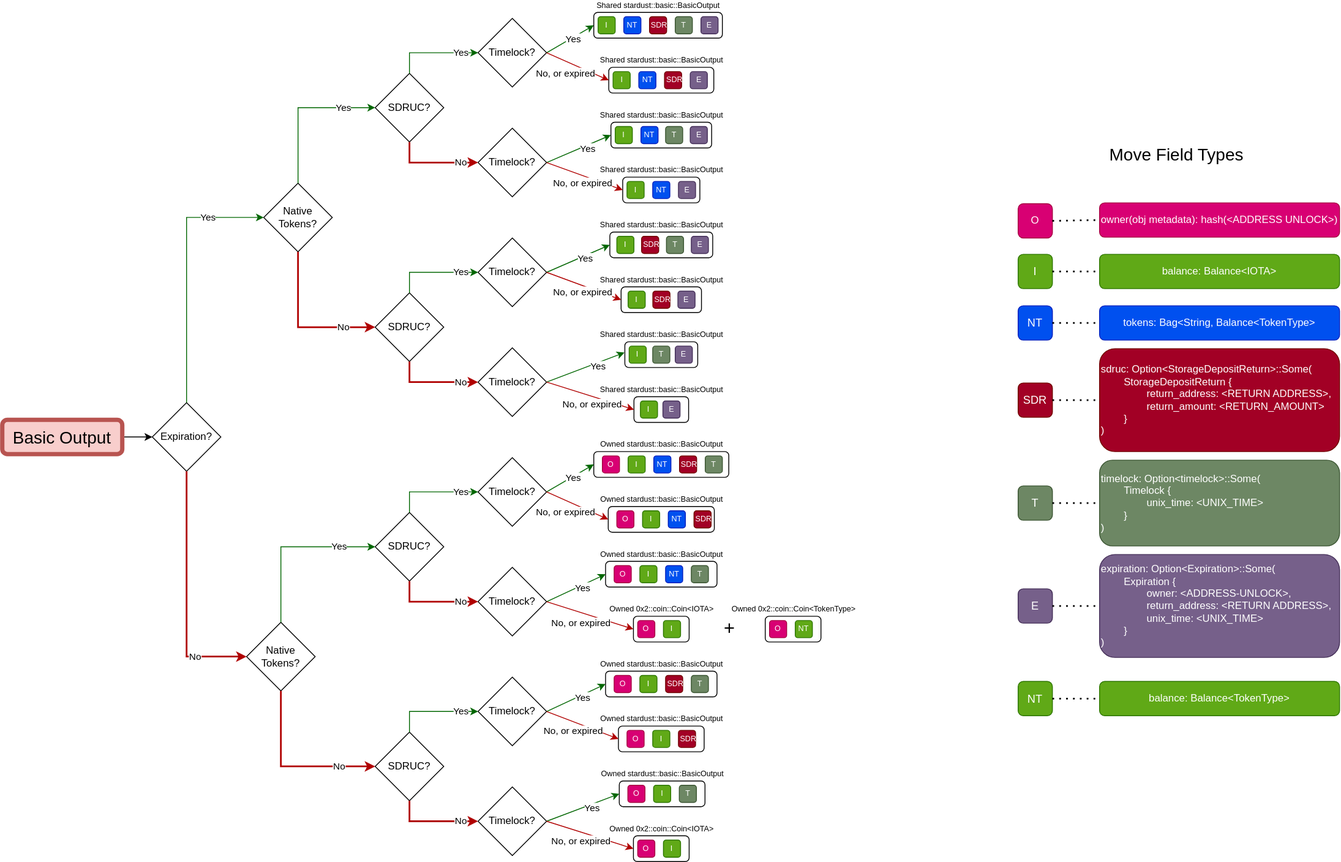
Above: docs/content/guides/developer/advanced/stardust-on-move-basic-migration-graph.svg in iotaledger/iota (draw.io), before the change. Source tidied: cells renumbered, new cells last; positions are measured from the earlier drawing's top-left corner, leaving out a move shared by most shapes.
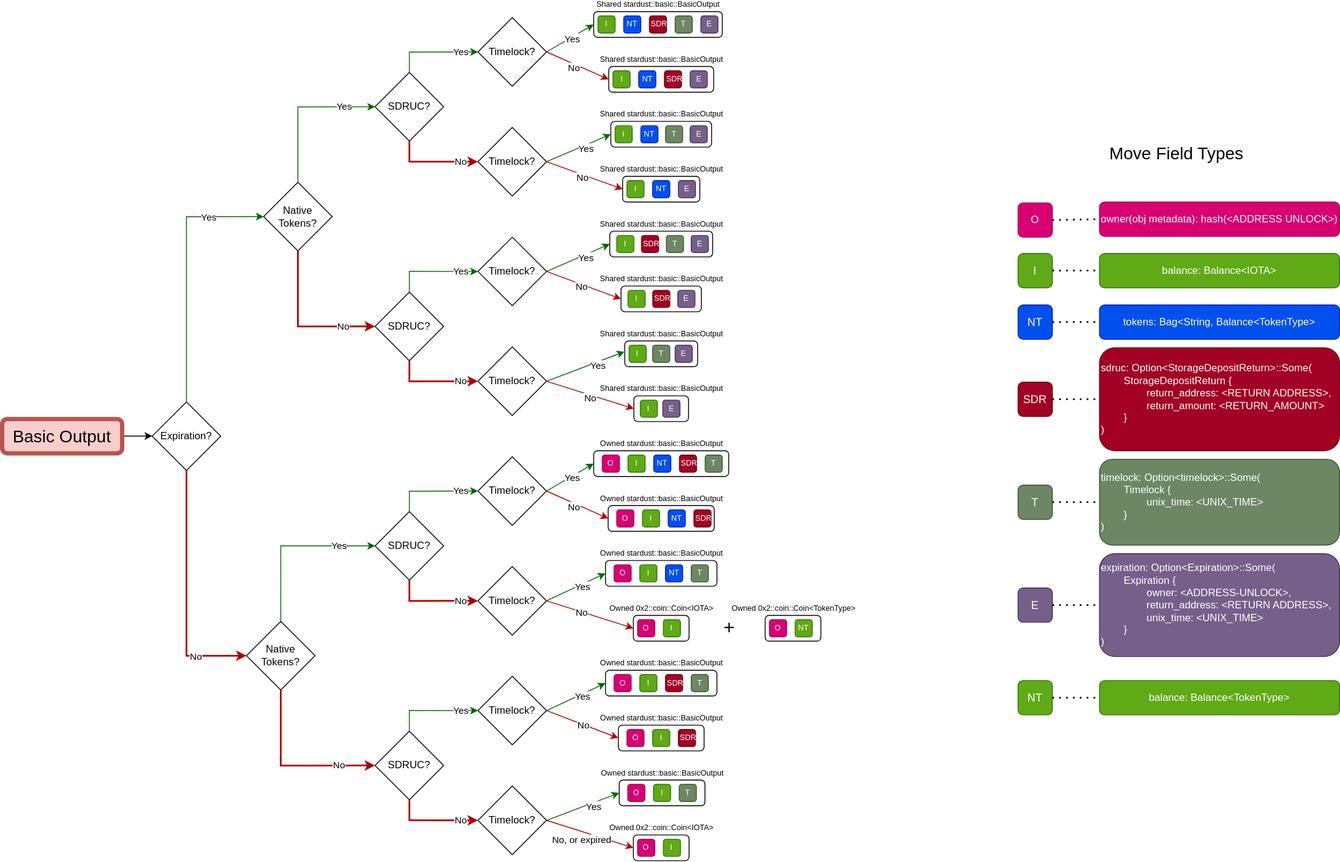
After the commit.

Commit message:
fix: When expired timelock transformation is applied

Diff of the diagram source:
```diff
@@ -388,9 +388,9 @@
     <mxCell id="129" style="endArrow=classic;html=1;rounded=0;exitX=1;exitY=0.5;exitDx=0;exitDy=0;entryX=0;entryY=0.5;entryDx=0;entryDy=0;strokeColor=#B00000;" parent="1" edge="1" source="11" target="68">
       <mxGeometry relative="1" as="geometry" />
     </mxCell>
-    <mxCell id="130" value="No, or expired" style="edgeLabel;html=1;align=center;verticalAlign=middle;" parent="129" vertex="1">
+    <mxCell id="130" value="&lt;div&gt;No&lt;/div&gt;" style="edgeLabel;html=1;align=center;verticalAlign=middle;" parent="129" vertex="1">
       <mxGeometry x="0.57" y="1" relative="1" as="geometry">
-        <mxPoint x="-37" y="-2" as="offset" />
+        <mxPoint x="-27" y="-7" as="offset" />
       </mxGeometry>
     </mxCell>
     <mxCell id="131" style="endArrow=classic;html=1;rounded=0;exitX=1;exitY=0.5;exitDx=0;exitDy=0;entryX=0;entryY=0.5;entryDx=0;entryDy=0;strokeColor=#006600;" parent="1" edge="1" source="12" target="74">
@@ -452,41 +452,41 @@
     <mxCell id="145" style="endArrow=classic;html=1;rounded=0;exitX=1;exitY=0.5;exitDx=0;exitDy=0;entryX=0;entryY=0.5;entryDx=0;entryDy=0;strokeColor=#B00000;" parent="1" edge="1" source="12" target="80">
       <mxGeometry relative="1" as="geometry" />
     </mxCell>
-    <mxCell id="146" value="No, or expired" style="edgeLabel;html=1;align=center;verticalAlign=middle;" parent="145" vertex="1">
+    <mxCell id="146" value="No" style="edgeLabel;html=1;align=center;verticalAlign=middle;" parent="145" vertex="1">
       <mxGeometry x="0.57" y="1" relative="1" as="geometry">
-        <mxPoint x="-30" y="-2" as="offset" />
+        <mxPoint x="-30" y="-7" as="offset" />
       </mxGeometry>
     </mxCell>
     <mxCell id="147" style="endArrow=classic;html=1;rounded=0;exitX=1;exitY=0.5;exitDx=0;exitDy=0;entryX=0;entryY=0.5;entryDx=0;entryDy=0;strokeColor=#B00000;" parent="1" edge="1" source="13" target="91">
       <mxGeometry relative="1" as="geometry" />
     </mxCell>
-    <mxCell id="148" value="No, or expired" style="edgeLabel;html=1;align=center;verticalAlign=middle;" parent="147" vertex="1">
+    <mxCell id="148" value="No" style="edgeLabel;html=1;align=center;verticalAlign=middle;" parent="147" vertex="1">
       <mxGeometry x="0.57" y="1" relative="1" as="geometry">
-        <mxPoint x="-28" y="-2" as="offset" />
+        <mxPoint x="-28" y="-7" as="offset" />
       </mxGeometry>
     </mxCell>
     <mxCell id="149" style="endArrow=classic;html=1;rounded=0;exitX=1;exitY=0.5;exitDx=0;exitDy=0;entryX=0;entryY=0.5;entryDx=0;entryDy=0;strokeColor=#B00000;" parent="1" edge="1" source="14" target="101">
       <mxGeometry relative="1" as="geometry" />
     </mxCell>
-    <mxCell id="150" value="No, or expired" style="edgeLabel;html=1;align=center;verticalAlign=middle;" parent="149" vertex="1">
+    <mxCell id="150" value="No" style="edgeLabel;html=1;align=center;verticalAlign=middle;" parent="149" vertex="1">
       <mxGeometry x="0.57" y="1" relative="1" as="geometry">
-        <mxPoint x="-30" as="offset" />
+        <mxPoint x="-30" y="-5" as="offset" />
       </mxGeometry>
     </mxCell>
     <mxCell id="151" style="endArrow=classic;html=1;rounded=0;exitX=1;exitY=0.5;exitDx=0;exitDy=0;entryX=0;entryY=0.5;entryDx=0;entryDy=0;strokeColor=#B00000;" parent="1" edge="1" source="15" target="112">
       <mxGeometry relative="1" as="geometry" />
     </mxCell>
-    <mxCell id="152" value="No, or expired" style="edgeLabel;html=1;align=center;verticalAlign=middle;" parent="151" vertex="1">
+    <mxCell id="152" value="No" style="edgeLabel;html=1;align=center;verticalAlign=middle;" parent="151" vertex="1">
       <mxGeometry x="0.57" y="1" relative="1" as="geometry">
-        <mxPoint x="-37" y="-2" as="offset" />
+        <mxPoint x="-27" y="-7" as="offset" />
       </mxGeometry>
     </mxCell>
     <mxCell id="153" style="endArrow=classic;html=1;rounded=0;exitX=1;exitY=0.5;exitDx=0;exitDy=0;entryX=0;entryY=0.5;entryDx=0;entryDy=0;strokeColor=#B00000;" parent="1" edge="1" source="16" target="124">
       <mxGeometry relative="1" as="geometry" />
     </mxCell>
-    <mxCell id="154" value="No, or expired" style="edgeLabel;html=1;align=center;verticalAlign=middle;" parent="153" vertex="1">
+    <mxCell id="154" value="No" style="edgeLabel;html=1;align=center;verticalAlign=middle;" parent="153" vertex="1">
       <mxGeometry x="0.57" y="1" relative="1" as="geometry">
-        <mxPoint x="-40" as="offset" />
+        <mxPoint x="-40" y="-11" as="offset" />
       </mxGeometry>
     </mxCell>
     <mxCell id="155" value="+" style="text;html=1;align=center;verticalAlign=middle;strokeColor=none;fillColor=none;fontSize=22;" parent="1" vertex="1">
@@ -495,9 +495,9 @@
     <mxCell id="156" style="endArrow=classic;html=1;rounded=0;exitX=1;exitY=0.5;exitDx=0;exitDy=0;entryX=0;entryY=0.5;entryDx=0;entryDy=0;strokeColor=#B00000;" parent="1" edge="1" source="17" target="57">
       <mxGeometry relative="1" as="geometry" />
     </mxCell>
-    <mxCell id="157" value="No, or expired" style="edgeLabel;html=1;align=center;verticalAlign=middle;" parent="156" vertex="1">
+    <mxCell id="157" value="No" style="edgeLabel;html=1;align=center;verticalAlign=middle;" parent="156" vertex="1">
       <mxGeometry x="0.57" y="1" relative="1" as="geometry">
-        <mxPoint x="-36" y="-2" as="offset" />
+        <mxPoint x="-26" y="-9" as="offset" />
       </mxGeometry>
     </mxCell>
     <mxCell id="158" style="endArrow=classic;html=1;rounded=0;exitX=1;exitY=0.5;exitDx=0;exitDy=0;entryX=0;entryY=0.5;entryDx=0;entryDy=0;strokeColor=#B00000;" parent="1" edge="1" source="18" target="53">
```
